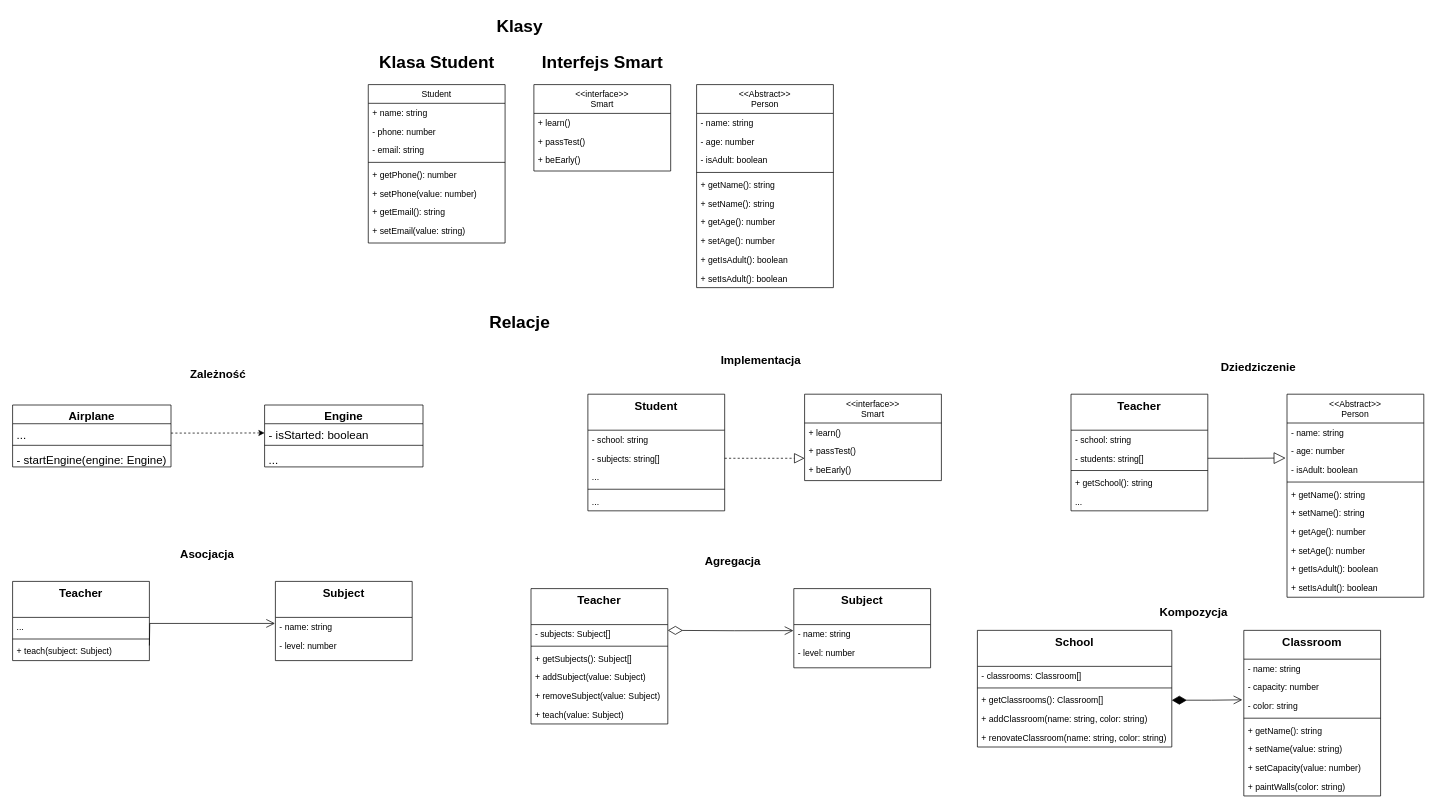
Above: diagram_klas.drawio in mateuszjansowa/article-uml-diagrams (draw.io), before the change. Source tidied: cells renumbered, new cells numbered last; positions are measured from the earlier drawing's top-left corner, leaving out a move shared by most shapes. Both pictures are drawn from the tidied source at 72%, with x=0, y=0 at pixel (12, 12).
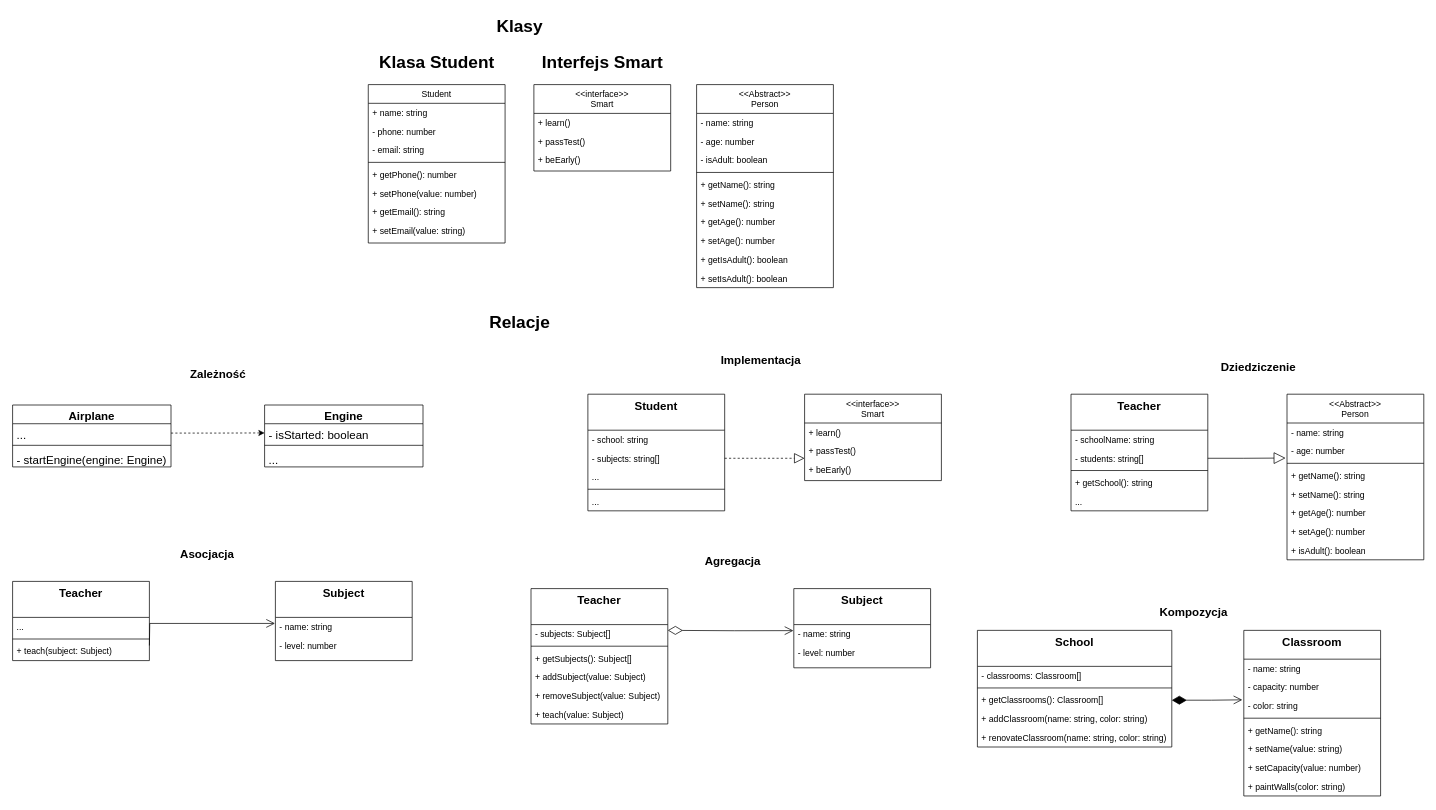
The same page after the edit.

Commit message:
update inheritance in diagram

The change refers to these unchanged cells:
```xml
<mxCell id="63" value="Teacher" style="swimlane;fontStyle=1;align=center;verticalAlign=top;horizontal=1;startSize=50;rounded=0;shadow=0;strokeWidth=1;fontSize=16;" parent="1" vertex="1">
  <mxGeometry x="1470" y="530" width="190" height="162" as="geometry" />
</mxCell>
```

Change to the diagram source:
```diff
@@
     <mxCell id="52" value="&lt;&lt;Abstract&gt;&gt;&#10;Person" style="swimlane;fontStyle=0;align=center;verticalAlign=top;horizontal=1;startSize=40;rounded=0;shadow=0;strokeWidth=1;" parent="1" vertex="1">
-      <mxGeometry x="1770" y="530" width="190" height="282" as="geometry" />
+      <mxGeometry x="1770" y="530" width="190" height="230" as="geometry" />
     </mxCell>
@@
-    <mxCell id="55" value="- isAdult: boolean" style="text;align=left;verticalAlign=top;spacingLeft=4;spacingRight=4;overflow=hidden;rounded=0;shadow=0;html=0;" parent="52" vertex="1">
-      <mxGeometry y="92" width="190" height="26" as="geometry" />
-    </mxCell>
     <mxCell id="56" style="line;html=1;strokeWidth=1;align=left;verticalAlign=middle;spacingTop=-1;spacingLeft=3;spacingRight=3;labelPosition=right;" parent="52" vertex="1">
-      <mxGeometry y="118" width="190" height="8" as="geometry" />
+      <mxGeometry y="92" width="190" height="8" as="geometry" />
     </mxCell>
     <mxCell id="57" value="+ getName(): string" style="text;align=left;verticalAlign=top;spacingLeft=4;spacingRight=4;overflow=hidden;rounded=0;shadow=0;html=0;" parent="52" vertex="1">
-      <mxGeometry y="126" width="190" height="26" as="geometry" />
+      <mxGeometry y="100" width="190" height="26" as="geometry" />
     </mxCell>
     <mxCell id="58" value="+ setName(): string" style="text;align=left;verticalAlign=top;spacingLeft=4;spacingRight=4;overflow=hidden;rounded=0;shadow=0;html=0;" parent="52" vertex="1">
-      <mxGeometry y="152" width="190" height="26" as="geometry" />
+      <mxGeometry y="126" width="190" height="26" as="geometry" />
     </mxCell>
     <mxCell id="59" value="+ getAge(): number" style="text;align=left;verticalAlign=top;spacingLeft=4;spacingRight=4;overflow=hidden;rounded=0;shadow=0;html=0;" parent="52" vertex="1">
-      <mxGeometry y="178" width="190" height="26" as="geometry" />
+      <mxGeometry y="152" width="190" height="26" as="geometry" />
     </mxCell>
     <mxCell id="60" value="+ setAge(): number" style="text;align=left;verticalAlign=top;spacingLeft=4;spacingRight=4;overflow=hidden;rounded=0;shadow=0;html=0;" parent="52" vertex="1">
-      <mxGeometry y="204" width="190" height="26" as="geometry" />
+      <mxGeometry y="178" width="190" height="26" as="geometry" />
     </mxCell>
-    <mxCell id="61" value="+ getIsAdult(): boolean" style="text;align=left;verticalAlign=top;spacingLeft=4;spacingRight=4;overflow=hidden;rounded=0;shadow=0;html=0;" parent="52" vertex="1">
-      <mxGeometry y="230" width="190" height="26" as="geometry" />
+    <mxCell id="61" value="+ isAdult(): boolean" style="text;align=left;verticalAlign=top;spacingLeft=4;spacingRight=4;overflow=hidden;rounded=0;shadow=0;html=0;" parent="52" vertex="1">
+      <mxGeometry y="204" width="190" height="26" as="geometry" />
     </mxCell>
-    <mxCell id="62" value="+ setIsAdult(): boolean" style="text;align=left;verticalAlign=top;spacingLeft=4;spacingRight=4;overflow=hidden;rounded=0;shadow=0;html=0;" parent="52" vertex="1">
-      <mxGeometry y="256" width="190" height="26" as="geometry" />
-    </mxCell>
@@
-    <mxCell id="64" value="- school: string" style="text;align=left;verticalAlign=top;spacingLeft=4;spacingRight=4;overflow=hidden;" parent="63" vertex="1">
+    <mxCell id="64" value="- schoolName: string" style="text;align=left;verticalAlign=top;spacingLeft=4;spacingRight=4;overflow=hidden;" parent="63" vertex="1">
       <mxGeometry y="50" width="190" height="26" as="geometry" />
     </mxCell>
```
